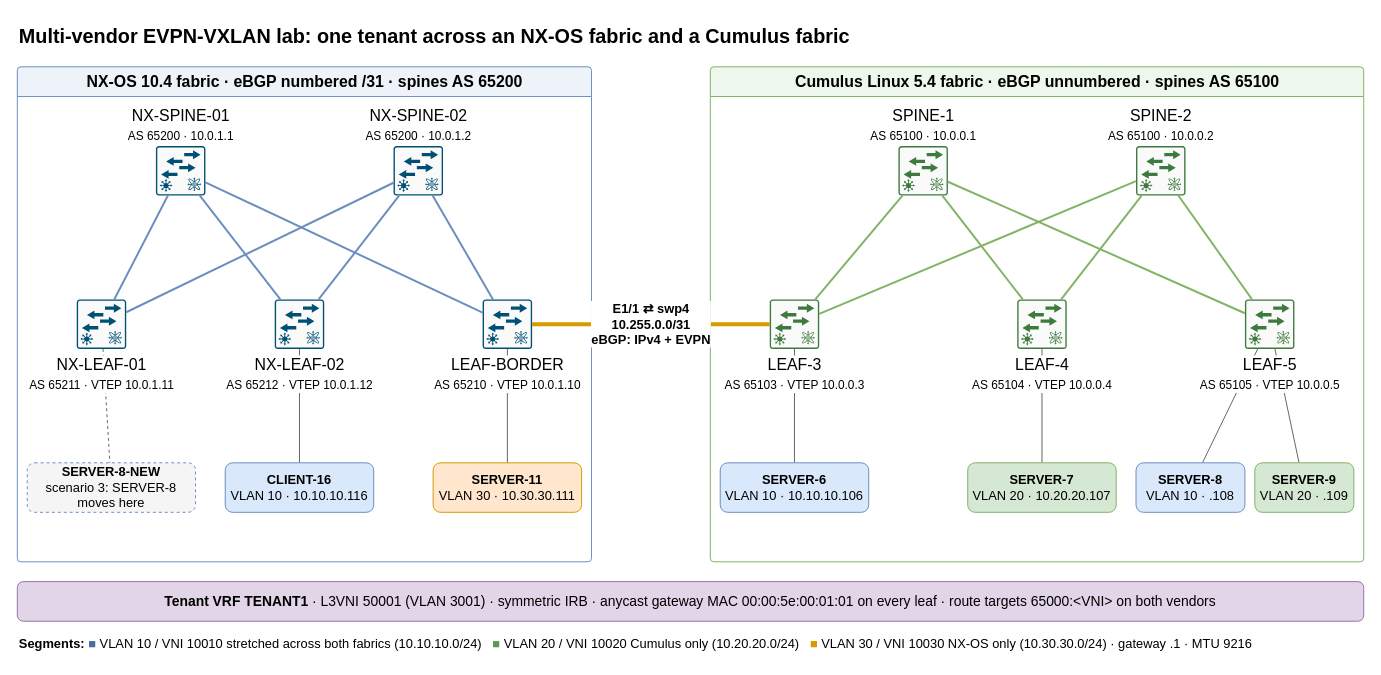
Before: evpn-multivendor/diagrams/topology.drawio in safized/networkfactory-labs, a draw.io diagram. Source tidied: cells renumbered, new cells numbered last; positions are measured from the earlier drawing's top-left corner, leaving out a move shared by most shapes. Both pictures are drawn from the tidied source at 99%, with x=0, y=0 at pixel (17, 17).
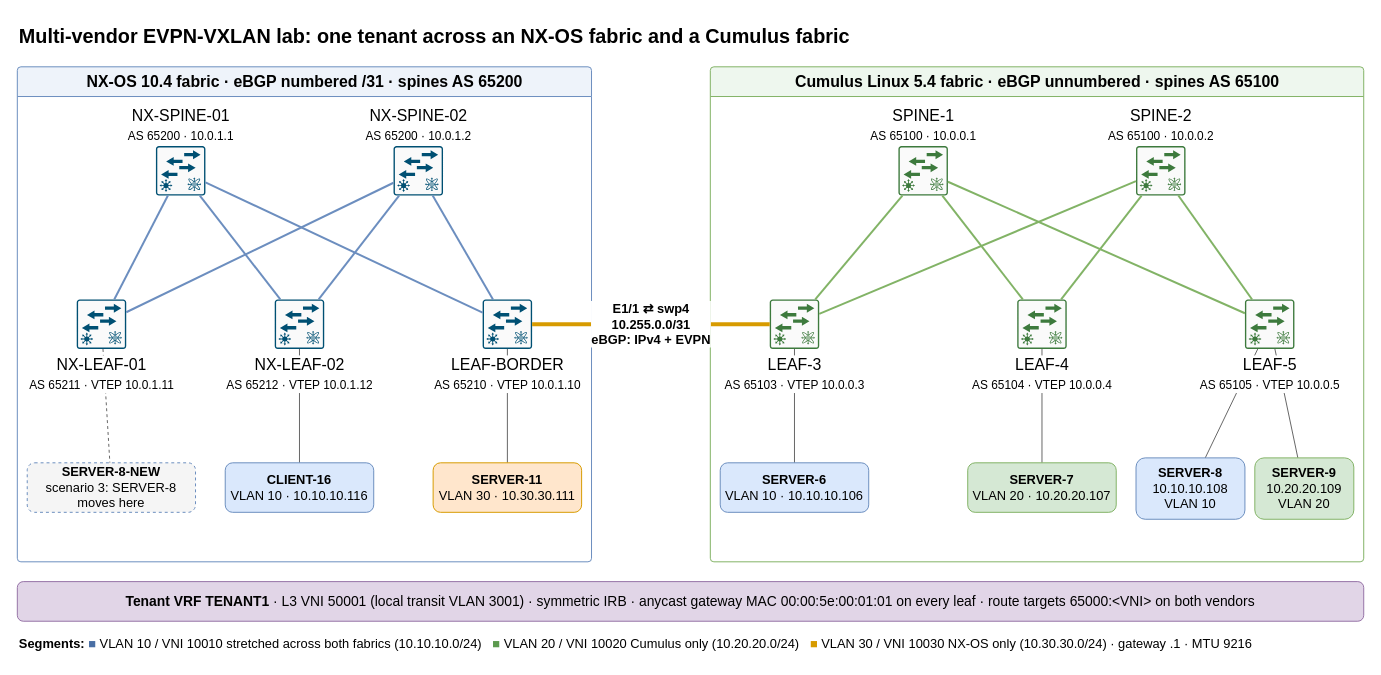
Above is the later version.

Commit message (it also covers changes not shown here):
evpn-multivendor: full IPs for SERVER-8/9 in the topology, explain the L3VNI transit VLAN

Unchanged cells that the change refers to:
```xml
<mxCell id="4" value="Cumulus Linux 5.4 fabric · eBGP unnumbered · spines AS 65100" style="swimlane;startSize=30;fillColor=#eef7ee;strokeColor=#82b366;fontSize=16;fontStyle=1;html=1;rounded=1;arcSize=4;" parent="1" vertex="1">
  <mxGeometry x="700" y="50" width="660" height="500" as="geometry" />
</mxCell>
```

The edit, as a diff of the source:
```diff
@@
-    <mxCell id="27" value="&lt;b&gt;SERVER-8&lt;/b&gt;&lt;br&gt;VLAN 10 · .108" style="rounded=1;whiteSpace=wrap;html=1;fillColor=#dae8fc;strokeColor=#6c8ebf;fontSize=13;" parent="4" vertex="1">
-      <mxGeometry x="430" y="400" width="110" height="50" as="geometry" />
+    <mxCell id="27" value="&lt;b&gt;SERVER-8&lt;/b&gt;&lt;br&gt;10.10.10.108&lt;br&gt;VLAN 10" style="rounded=1;whiteSpace=wrap;html=1;fillColor=#dae8fc;strokeColor=#6c8ebf;fontSize=13;" parent="4" vertex="1">
+      <mxGeometry x="430" y="395" width="110" height="62" as="geometry" />
     </mxCell>
-    <mxCell id="28" value="&lt;b&gt;SERVER-9&lt;/b&gt;&lt;br&gt;VLAN 20 · .109" style="rounded=1;whiteSpace=wrap;html=1;fillColor=#d5e8d4;strokeColor=#82b366;fontSize=13;" parent="4" vertex="1">
-      <mxGeometry x="550" y="400" width="100" height="50" as="geometry" />
+    <mxCell id="28" value="&lt;b&gt;SERVER-9&lt;/b&gt;&lt;br&gt;10.20.20.109&lt;br&gt;VLAN 20" style="rounded=1;whiteSpace=wrap;html=1;fillColor=#d5e8d4;strokeColor=#82b366;fontSize=13;" parent="4" vertex="1">
+      <mxGeometry x="550" y="395" width="100" height="62" as="geometry" />
     </mxCell>
@@
-    <mxCell id="42" value="&lt;b&gt;Tenant VRF TENANT1&lt;/b&gt; · L3VNI 50001 (VLAN 3001) · symmetric IRB · anycast gateway MAC 00:00:5e:00:01:01 on every leaf · route targets 65000:&amp;lt;VNI&amp;gt; on both vendors" style="rounded=1;whiteSpace=wrap;html=1;fillColor=#e1d5e7;strokeColor=#9673a6;fontSize=14;" parent="1" vertex="1">
+    <mxCell id="42" value="&lt;b&gt;Tenant VRF TENANT1&lt;/b&gt; · L3 VNI 50001 (local transit VLAN 3001) · symmetric IRB · anycast gateway MAC 00:00:5e:00:01:01 on every leaf · route targets 65000:&amp;lt;VNI&amp;gt; on both vendors" style="rounded=1;whiteSpace=wrap;html=1;fillColor=#e1d5e7;strokeColor=#9673a6;fontSize=14;" parent="1" vertex="1">
       <mxGeometry y="570" width="1360" height="40" as="geometry" />
     </mxCell>
```
